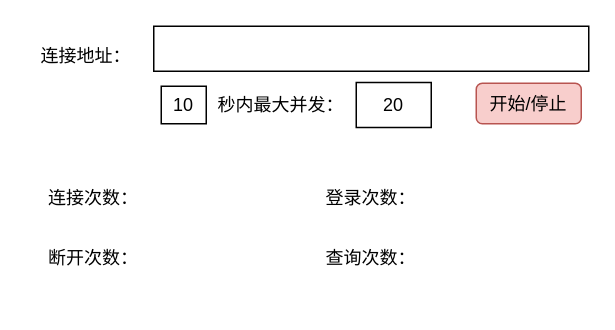
Before: 信令服务器Web压力测试UI.drawio in czq7966/drawio, a draw.io diagram. Source tidied: cells renumbered, new cells numbered last; positions are measured from the earlier drawing's top-left corner, leaving out a move shared by most shapes. Both pictures are drawn from the tidied source at 150%, with x=0, y=0 at pixel (26, 26).
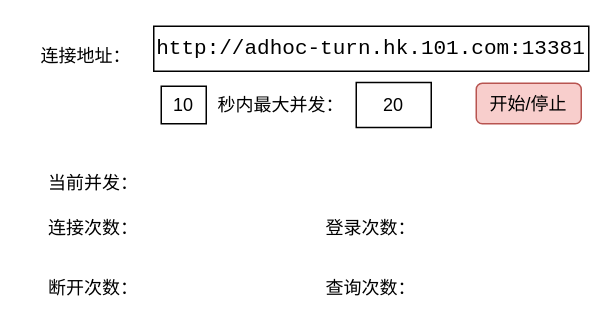
The same diagram, later.

Commit message (it also covers changes not shown here):
Update 信令服务器Web压力测试UI.drawio

Diff of the diagram source:
```diff
@@
 <mxGraphModel>
   <root>
     <mxCell id="0" />
     <mxCell id="1" parent="0" />
-    <mxCell id="2" style="rounded=1;whiteSpace=wrap;html=1;arcSize=0;" parent="1" vertex="1">
+    <mxCell id="2" value="&lt;div style=&quot;font-family: &amp;#34;consolas&amp;#34; , &amp;#34;courier new&amp;#34; , monospace ; font-size: 14px ; line-height: 19px ; white-space: pre&quot;&gt;&lt;span style=&quot;background-color: rgb(255 , 255 , 255)&quot;&gt;http://adhoc-turn.hk.101.com:13381&lt;/span&gt;&lt;/div&gt;" style="rounded=1;whiteSpace=wrap;html=1;arcSize=0;" parent="1" vertex="1">
       <mxGeometry x="85" width="290" height="30" as="geometry" />
     </mxCell>
     <mxCell id="3" value="连接地址：" style="text;html=1;strokeColor=none;fillColor=none;align=center;verticalAlign=middle;whiteSpace=wrap;rounded=0;" parent="1" vertex="1">
       <mxGeometry y="10" width="80" height="20" as="geometry" />
     </mxCell>
     <mxCell id="4" value="连接次数：" style="text;html=1;strokeColor=none;fillColor=none;align=center;verticalAlign=middle;whiteSpace=wrap;rounded=0;" parent="1" vertex="1">
-      <mxGeometry y="105" width="90" height="20" as="geometry" />
+      <mxGeometry y="125" width="90" height="20" as="geometry" />
     </mxCell>
     <mxCell id="5" value="登录次数：" style="text;html=1;strokeColor=none;fillColor=none;align=center;verticalAlign=middle;whiteSpace=wrap;rounded=0;" parent="1" vertex="1">
-      <mxGeometry x="185" y="105" width="90" height="20" as="geometry" />
+      <mxGeometry x="185" y="125" width="90" height="20" as="geometry" />
     </mxCell>
     <mxCell id="6" value="断开次数：" style="text;html=1;strokeColor=none;fillColor=none;align=center;verticalAlign=middle;whiteSpace=wrap;rounded=0;" parent="1" vertex="1">
-      <mxGeometry y="145" width="90" height="20" as="geometry" />
+      <mxGeometry y="165" width="90" height="20" as="geometry" />
     </mxCell>
     <mxCell id="7" value="查询次数：" style="text;html=1;strokeColor=none;fillColor=none;align=center;verticalAlign=middle;whiteSpace=wrap;rounded=0;" parent="1" vertex="1">
-      <mxGeometry x="185" y="145" width="90" height="20" as="geometry" />
+      <mxGeometry x="185" y="165" width="90" height="20" as="geometry" />
     </mxCell>
     <mxCell id="8" value="秒内最大并发：" style="text;html=1;strokeColor=none;fillColor=none;align=center;verticalAlign=middle;whiteSpace=wrap;rounded=0;" parent="1" vertex="1">
       <mxGeometry x="120" y="42.5" width="100" height="20" as="geometry" />
     </mxCell>
     <mxCell id="9" value="20" style="rounded=0;whiteSpace=wrap;html=1;" parent="1" vertex="1">
       <mxGeometry x="220" y="37.5" width="50" height="30" as="geometry" />
     </mxCell>
     <mxCell id="10" value="10" style="rounded=0;whiteSpace=wrap;html=1;" parent="1" vertex="1">
       <mxGeometry x="90" y="40" width="30" height="25" as="geometry" />
     </mxCell>
     <mxCell id="11" value="开始/停止" style="rounded=1;whiteSpace=wrap;html=1;fillColor=#f8cecc;strokeColor=#b85450;" parent="1" vertex="1">
       <mxGeometry x="300" y="38" width="70" height="27" as="geometry" />
     </mxCell>
+    <mxCell id="12" value="当前并发：" style="text;html=1;strokeColor=none;fillColor=none;align=center;verticalAlign=middle;whiteSpace=wrap;rounded=0;" parent="1" vertex="1">
+      <mxGeometry y="95" width="90" height="20" as="geometry" />
+    </mxCell>
   </root>
 </mxGraphModel>
```
